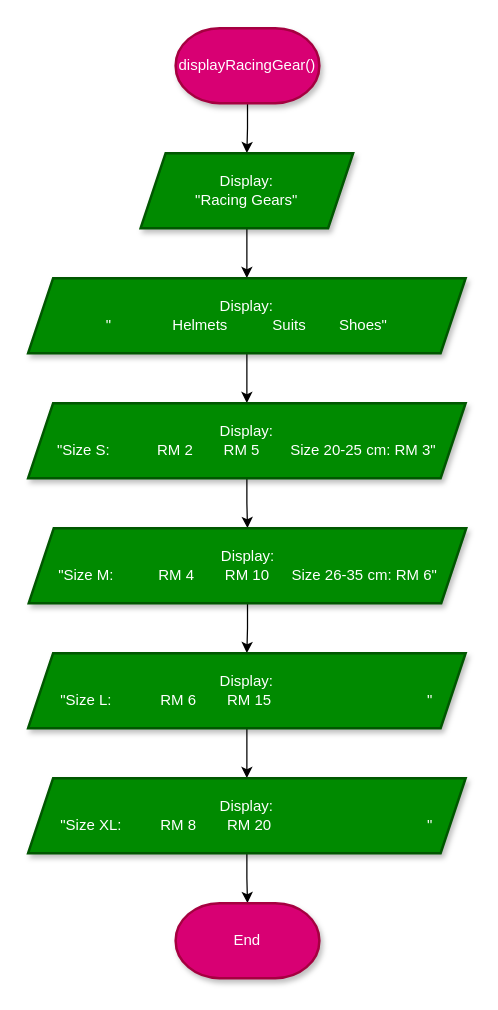
The draw.io diagram Flowcharts (draw.io)/05. displayRacingGear.drawio in shahxvi/csc126-group-project, before the edit. Source tidied: cells renumbered, new cells numbered last; positions are measured from the earlier drawing's top-left corner, leaving out a move shared by most shapes. Both pictures are drawn from the tidied source at 125%, with x=0, y=0 at pixel (28, 28).
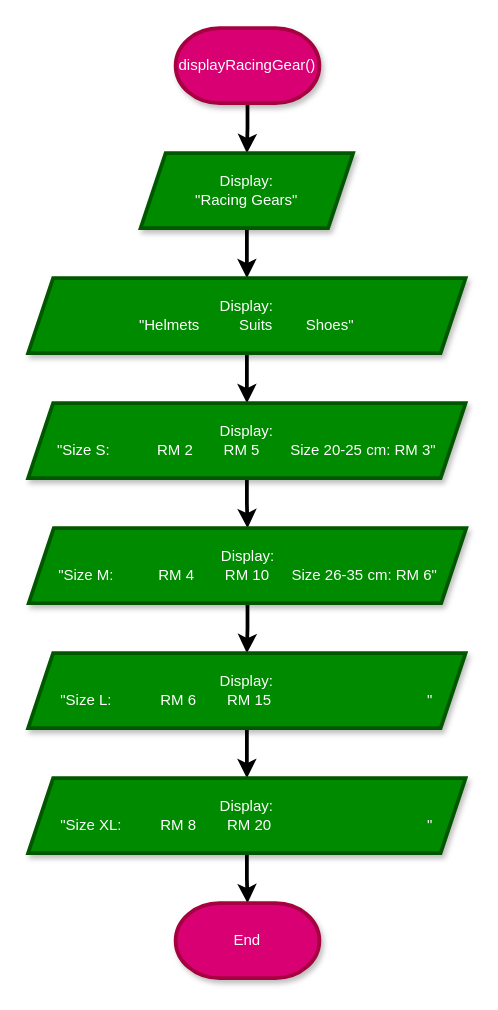
The same page after the edit.

Diff of the diagram source:
```diff
@@
 <mxGraphModel>
   <root>
     <mxCell id="0" />
     <mxCell id="1" parent="0" />
-    <mxCell id="2" style="edgeStyle=orthogonalEdgeStyle;rounded=0;jettySize=auto;html=1;" parent="1" edge="1" source="3" target="5">
+    <mxCell id="2" style="edgeStyle=orthogonalEdgeStyle;rounded=0;jettySize=auto;html=1;strokeWidth=3;" parent="1" edge="1" source="3" target="5">
       <mxGeometry relative="1" as="geometry" />
     </mxCell>
-    <mxCell id="3" value="displayRacingGear()" style="strokeWidth=2;html=1;shape=mxgraph.flowchart.terminator;whiteSpace=wrap;fillColor=#d80073;fontColor=#ffffff;strokeColor=#A50040;shadow=1;" parent="1" vertex="1">
+    <mxCell id="3" value="displayRacingGear()" style="strokeWidth=3;html=1;shape=mxgraph.flowchart.terminator;whiteSpace=wrap;fillColor=#d80073;fontColor=#ffffff;strokeColor=#A50040;shadow=1;" parent="1" vertex="1">
       <mxGeometry x="118" width="115" height="60" as="geometry" />
     </mxCell>
-    <mxCell id="4" style="edgeStyle=orthogonalEdgeStyle;rounded=0;jettySize=auto;html=1;" parent="1" edge="1" source="5" target="7">
+    <mxCell id="4" style="edgeStyle=orthogonalEdgeStyle;rounded=0;jettySize=auto;html=1;strokeWidth=3;" parent="1" edge="1" source="5" target="7">
       <mxGeometry relative="1" as="geometry" />
     </mxCell>
-    <mxCell id="5" value="Display:&lt;div&gt;&quot;Racing Gears&quot;&lt;/div&gt;" style="shape=parallelogram;perimeter=parallelogramPerimeter;whiteSpace=wrap;html=1;fixedSize=1;fillColor=#008a00;strokeColor=#005700;fontColor=#ffffff;strokeWidth=2;shadow=1;" parent="1" vertex="1">
+    <mxCell id="5" value="&lt;font style=&quot;color: rgb(255, 255, 255);&quot;&gt;Display:&lt;/font&gt;&lt;div&gt;&lt;font style=&quot;color: rgb(255, 255, 255);&quot;&gt;&quot;Racing Gears&quot;&lt;/font&gt;&lt;/div&gt;" style="shape=parallelogram;perimeter=parallelogramPerimeter;whiteSpace=wrap;html=1;fixedSize=1;fillColor=#008a00;strokeColor=#005700;fontColor=#ffffff;strokeWidth=3;shadow=1;" parent="1" vertex="1">
       <mxGeometry x="90" y="100" width="170" height="60" as="geometry" />
     </mxCell>
-    <mxCell id="6" style="edgeStyle=orthogonalEdgeStyle;rounded=0;jettySize=auto;html=1;" parent="1" edge="1" source="7" target="9">
+    <mxCell id="6" style="edgeStyle=orthogonalEdgeStyle;rounded=0;jettySize=auto;html=1;strokeWidth=3;" parent="1" edge="1" source="7" target="9">
       <mxGeometry relative="1" as="geometry" />
     </mxCell>
-    <mxCell id="7" value="Display:&lt;div&gt;&quot;&lt;span style=&quot;white-space: pre;&quot;&gt;&#9;&lt;span style=&quot;white-space: pre;&quot;&gt;&#9;&lt;/span&gt;&lt;/span&gt;Helmets&lt;span style=&quot;white-space: pre;&quot;&gt;&#9;&lt;/span&gt;&lt;span style=&quot;white-space: pre;&quot;&gt;&#9;&lt;/span&gt;Suits&lt;span style=&quot;white-space: pre;&quot;&gt;&#9;&lt;/span&gt;Shoes&quot;&lt;/div&gt;" style="shape=parallelogram;perimeter=parallelogramPerimeter;whiteSpace=wrap;html=1;fixedSize=1;fillColor=#008a00;strokeColor=#005700;fontColor=#ffffff;strokeWidth=2;shadow=1;" parent="1" vertex="1">
+    <mxCell id="7" value="&lt;font style=&quot;color: rgb(255, 255, 255);&quot;&gt;Display:&lt;/font&gt;&lt;div&gt;&lt;font style=&quot;color: rgb(255, 255, 255);&quot;&gt;&quot;Helmets&lt;span style=&quot;white-space: pre;&quot;&gt;&#9;&lt;/span&gt;&lt;span style=&quot;white-space: pre;&quot;&gt;&#9;&lt;/span&gt;Suits&lt;span style=&quot;white-space: pre;&quot;&gt;&#9;&lt;/span&gt;Shoes&quot;&lt;/font&gt;&lt;/div&gt;" style="shape=parallelogram;perimeter=parallelogramPerimeter;whiteSpace=wrap;html=1;fixedSize=1;fillColor=#008a00;strokeColor=#005700;fontColor=#ffffff;strokeWidth=3;shadow=1;" parent="1" vertex="1">
       <mxGeometry y="200" width="350" height="60" as="geometry" />
     </mxCell>
-    <mxCell id="8" style="edgeStyle=orthogonalEdgeStyle;rounded=0;jettySize=auto;html=1;" parent="1" edge="1" source="9" target="11">
+    <mxCell id="8" style="edgeStyle=orthogonalEdgeStyle;rounded=0;jettySize=auto;html=1;strokeWidth=3;" parent="1" edge="1" source="9" target="11">
       <mxGeometry relative="1" as="geometry" />
     </mxCell>
-    <mxCell id="9" value="Display:&lt;div&gt;&quot;Size S:&lt;span style=&quot;white-space: pre;&quot;&gt;&#9;&lt;/span&gt;&lt;span style=&quot;white-space: pre;&quot;&gt;&#9;&lt;/span&gt;RM 2&lt;span style=&quot;white-space: pre;&quot;&gt;&#9;&lt;/span&gt;RM 5&lt;span style=&quot;white-space: pre;&quot;&gt;&#9;&lt;/span&gt;Size 20-25 cm: RM 3&quot;&lt;/div&gt;" style="shape=parallelogram;perimeter=parallelogramPerimeter;whiteSpace=wrap;html=1;fixedSize=1;fillColor=#008a00;strokeColor=#005700;fontColor=#ffffff;strokeWidth=2;shadow=1;" parent="1" vertex="1">
+    <mxCell id="9" value="&lt;font style=&quot;color: rgb(255, 255, 255);&quot;&gt;Display:&lt;/font&gt;&lt;div&gt;&lt;font style=&quot;color: rgb(255, 255, 255);&quot;&gt;&quot;Size S:&lt;span style=&quot;white-space: pre;&quot;&gt;&#9;&lt;/span&gt;&lt;span style=&quot;white-space: pre;&quot;&gt;&#9;&lt;/span&gt;RM 2&lt;span style=&quot;white-space: pre;&quot;&gt;&#9;&lt;/span&gt;RM 5&lt;span style=&quot;white-space: pre;&quot;&gt;&#9;&lt;/span&gt;Size 20-25 cm: RM 3&quot;&lt;/font&gt;&lt;/div&gt;" style="shape=parallelogram;perimeter=parallelogramPerimeter;whiteSpace=wrap;html=1;fixedSize=1;fillColor=#008a00;strokeColor=#005700;fontColor=#ffffff;strokeWidth=3;shadow=1;" parent="1" vertex="1">
       <mxGeometry y="300" width="350" height="60" as="geometry" />
     </mxCell>
-    <mxCell id="10" style="edgeStyle=orthogonalEdgeStyle;rounded=0;jettySize=auto;html=1;" parent="1" edge="1" source="11" target="13">
+    <mxCell id="10" style="edgeStyle=orthogonalEdgeStyle;rounded=0;jettySize=auto;html=1;strokeWidth=3;" parent="1" edge="1" source="11" target="13">
       <mxGeometry relative="1" as="geometry" />
     </mxCell>
-    <mxCell id="11" value="Display:&lt;div&gt;&quot;Size M:&lt;span style=&quot;white-space: pre;&quot;&gt;&#9;&lt;/span&gt;&lt;span style=&quot;white-space: pre;&quot;&gt;&#9;&lt;/span&gt;RM 4&lt;span style=&quot;white-space: pre;&quot;&gt;&#9;&lt;/span&gt;RM 10&lt;span style=&quot;white-space: pre;&quot;&gt;&#9;&lt;/span&gt;Size 26-35 cm: RM 6&quot;&lt;/div&gt;" style="shape=parallelogram;perimeter=parallelogramPerimeter;whiteSpace=wrap;html=1;fixedSize=1;fillColor=#008a00;strokeColor=#005700;fontColor=#ffffff;strokeWidth=2;shadow=1;" parent="1" vertex="1">
+    <mxCell id="11" value="&lt;font style=&quot;color: rgb(255, 255, 255);&quot;&gt;Display:&lt;/font&gt;&lt;div&gt;&lt;font style=&quot;color: rgb(255, 255, 255);&quot;&gt;&quot;Size M:&lt;span style=&quot;white-space: pre;&quot;&gt;&#9;&lt;/span&gt;&lt;span style=&quot;white-space: pre;&quot;&gt;&#9;&lt;/span&gt;RM 4&lt;span style=&quot;white-space: pre;&quot;&gt;&#9;&lt;/span&gt;RM 10&lt;span style=&quot;white-space: pre;&quot;&gt;&#9;&lt;/span&gt;Size 26-35 cm: RM 6&quot;&lt;/font&gt;&lt;/div&gt;" style="shape=parallelogram;perimeter=parallelogramPerimeter;whiteSpace=wrap;html=1;fixedSize=1;fillColor=#008a00;strokeColor=#005700;fontColor=#ffffff;strokeWidth=3;shadow=1;" parent="1" vertex="1">
       <mxGeometry x="0.5" y="400" width="350" height="60" as="geometry" />
     </mxCell>
-    <mxCell id="12" style="edgeStyle=orthogonalEdgeStyle;rounded=0;jettySize=auto;html=1;" parent="1" edge="1" source="13" target="15">
+    <mxCell id="12" style="edgeStyle=orthogonalEdgeStyle;rounded=0;jettySize=auto;html=1;strokeWidth=3;" parent="1" edge="1" source="13" target="15">
       <mxGeometry relative="1" as="geometry" />
     </mxCell>
-    <mxCell id="13" value="Display:&lt;div&gt;&quot;Size L:&lt;span style=&quot;white-space: pre;&quot;&gt;&#9;&lt;/span&gt;&lt;span style=&quot;white-space: pre;&quot;&gt;&#9;&lt;/span&gt;RM 6&lt;span style=&quot;white-space: pre;&quot;&gt;&#9;&lt;/span&gt;RM 15&lt;span style=&quot;white-space: pre;&quot;&gt;&#9;&lt;span style=&quot;white-space: pre;&quot;&gt;&#9;&lt;/span&gt;&lt;span style=&quot;white-space: pre;&quot;&gt;&#9;&lt;/span&gt;&lt;span style=&quot;white-space: pre;&quot;&gt;&#9;&lt;/span&gt;&lt;span style=&quot;white-space: pre;&quot;&gt;&#9;&lt;/span&gt;&quot;&lt;/span&gt;&lt;/div&gt;" style="shape=parallelogram;perimeter=parallelogramPerimeter;whiteSpace=wrap;html=1;fixedSize=1;fillColor=#008a00;strokeColor=#005700;fontColor=#ffffff;strokeWidth=2;shadow=1;" parent="1" vertex="1">
+    <mxCell id="13" value="&lt;font style=&quot;color: rgb(255, 255, 255);&quot;&gt;Display:&lt;/font&gt;&lt;div&gt;&lt;font style=&quot;color: rgb(255, 255, 255);&quot;&gt;&quot;Size L:&lt;span style=&quot;white-space: pre;&quot;&gt;&#9;&lt;/span&gt;&lt;span style=&quot;white-space: pre;&quot;&gt;&#9;&lt;/span&gt;RM 6&lt;span style=&quot;white-space: pre;&quot;&gt;&#9;&lt;/span&gt;RM 15&lt;span style=&quot;white-space: pre;&quot;&gt;&#9;&lt;span style=&quot;white-space: pre;&quot;&gt;&#9;&lt;/span&gt;&lt;span style=&quot;white-space: pre;&quot;&gt;&#9;&lt;/span&gt;&lt;span style=&quot;white-space: pre;&quot;&gt;&#9;&lt;/span&gt;&lt;span style=&quot;white-space: pre;&quot;&gt;&#9;&lt;/span&gt;&quot;&lt;/span&gt;&lt;/font&gt;&lt;/div&gt;" style="shape=parallelogram;perimeter=parallelogramPerimeter;whiteSpace=wrap;html=1;fixedSize=1;fillColor=#008a00;strokeColor=#005700;fontColor=#ffffff;strokeWidth=3;shadow=1;" parent="1" vertex="1">
       <mxGeometry y="500" width="350" height="60" as="geometry" />
     </mxCell>
-    <mxCell id="14" style="edgeStyle=orthogonalEdgeStyle;rounded=0;jettySize=auto;html=1;" parent="1" edge="1" source="15" target="16">
+    <mxCell id="14" style="edgeStyle=orthogonalEdgeStyle;rounded=0;jettySize=auto;html=1;strokeWidth=3;" parent="1" edge="1" source="15" target="16">
       <mxGeometry relative="1" as="geometry" />
     </mxCell>
-    <mxCell id="15" value="Display:&lt;div&gt;&quot;Size XL:&lt;span style=&quot;white-space: pre;&quot;&gt;&#9;&lt;/span&gt;&lt;span style=&quot;white-space: pre;&quot;&gt;&#9;&lt;/span&gt;RM 8&lt;span style=&quot;white-space: pre;&quot;&gt;&#9;&lt;/span&gt;RM 20&lt;span style=&quot;white-space: pre;&quot;&gt;&#9;&lt;span style=&quot;white-space: pre;&quot;&gt;&#9;&lt;/span&gt;&lt;span style=&quot;white-space: pre;&quot;&gt;&#9;&lt;/span&gt;&lt;span style=&quot;white-space: pre;&quot;&gt;&#9;&lt;/span&gt;&lt;span style=&quot;white-space: pre;&quot;&gt;&#9;&lt;/span&gt;&quot;&lt;/span&gt;&lt;/div&gt;" style="shape=parallelogram;perimeter=parallelogramPerimeter;whiteSpace=wrap;html=1;fixedSize=1;fillColor=#008a00;strokeColor=#005700;fontColor=#ffffff;strokeWidth=2;shadow=1;" parent="1" vertex="1">
+    <mxCell id="15" value="&lt;font style=&quot;color: rgb(255, 255, 255);&quot;&gt;Display:&lt;/font&gt;&lt;div&gt;&lt;font style=&quot;color: rgb(255, 255, 255);&quot;&gt;&quot;Size XL:&lt;span style=&quot;white-space: pre;&quot;&gt;&#9;&lt;/span&gt;&lt;span style=&quot;white-space: pre;&quot;&gt;&#9;&lt;/span&gt;RM 8&lt;span style=&quot;white-space: pre;&quot;&gt;&#9;&lt;/span&gt;RM 20&lt;span style=&quot;white-space: pre;&quot;&gt;&#9;&lt;span style=&quot;white-space: pre;&quot;&gt;&#9;&lt;/span&gt;&lt;span style=&quot;white-space: pre;&quot;&gt;&#9;&lt;/span&gt;&lt;span style=&quot;white-space: pre;&quot;&gt;&#9;&lt;/span&gt;&lt;span style=&quot;white-space: pre;&quot;&gt;&#9;&lt;/span&gt;&quot;&lt;/span&gt;&lt;/font&gt;&lt;/div&gt;" style="shape=parallelogram;perimeter=parallelogramPerimeter;whiteSpace=wrap;html=1;fixedSize=1;fillColor=#008a00;strokeColor=#005700;fontColor=#ffffff;strokeWidth=3;shadow=1;" parent="1" vertex="1">
       <mxGeometry y="600" width="350" height="60" as="geometry" />
     </mxCell>
-    <mxCell id="16" value="End" style="strokeWidth=2;html=1;shape=mxgraph.flowchart.terminator;whiteSpace=wrap;fillColor=#d80073;fontColor=#ffffff;strokeColor=#A50040;shadow=1;" parent="1" vertex="1">
+    <mxCell id="16" value="End" style="strokeWidth=3;html=1;shape=mxgraph.flowchart.terminator;whiteSpace=wrap;fillColor=#d80073;fontColor=#ffffff;strokeColor=#A50040;shadow=1;" parent="1" vertex="1">
       <mxGeometry x="118" y="700" width="115" height="60" as="geometry" />
     </mxCell>
   </root>
 </mxGraphModel>
```
